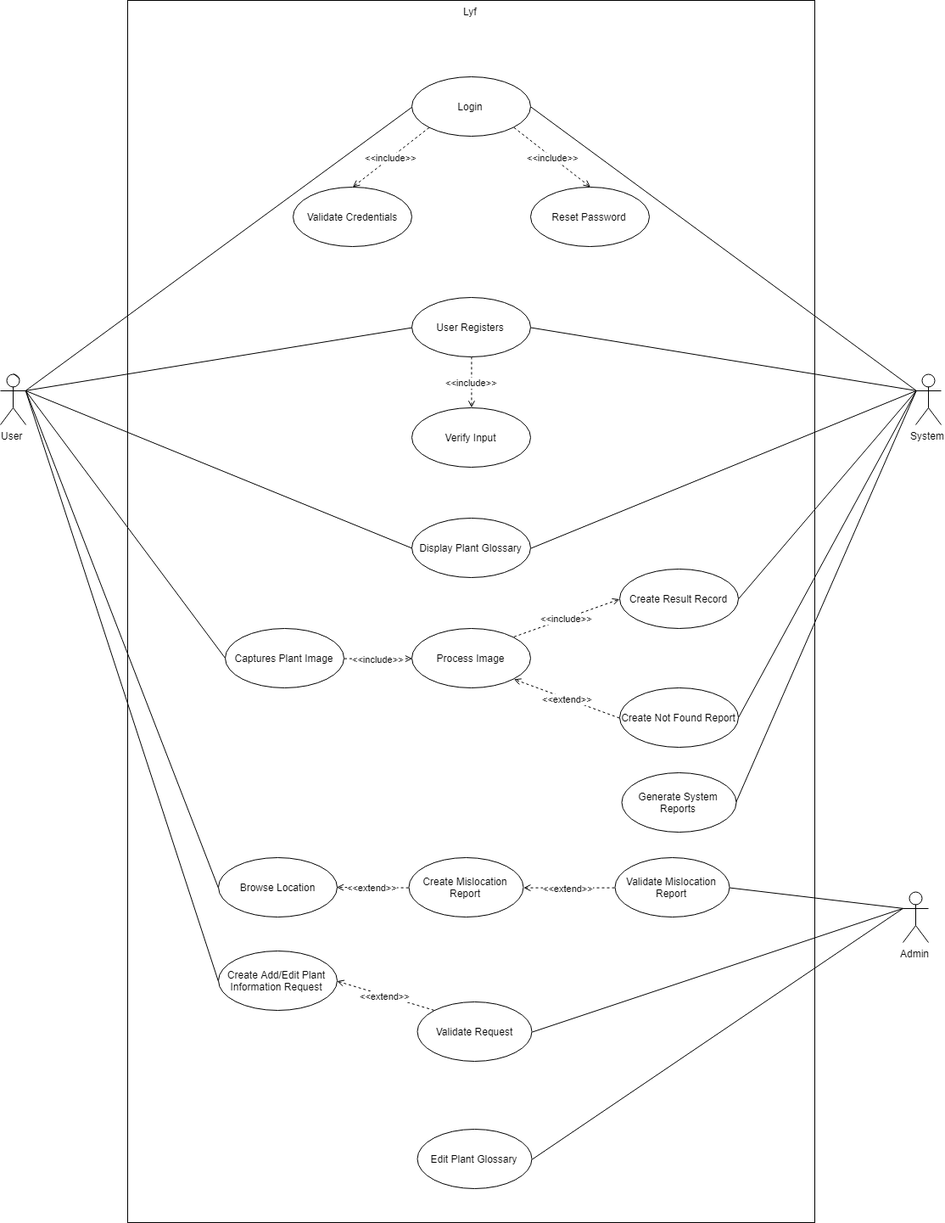
Earlier version of the draw.io export Documentations/Diagrams (Midterms)/Use Case Diagram/Use Case Diagram.png (seans888/project--lyf). Source tidied: cells renumbered, new cells last; positions are measured from the earlier drawing's top-left corner, leaving out a move shared by most shapes.
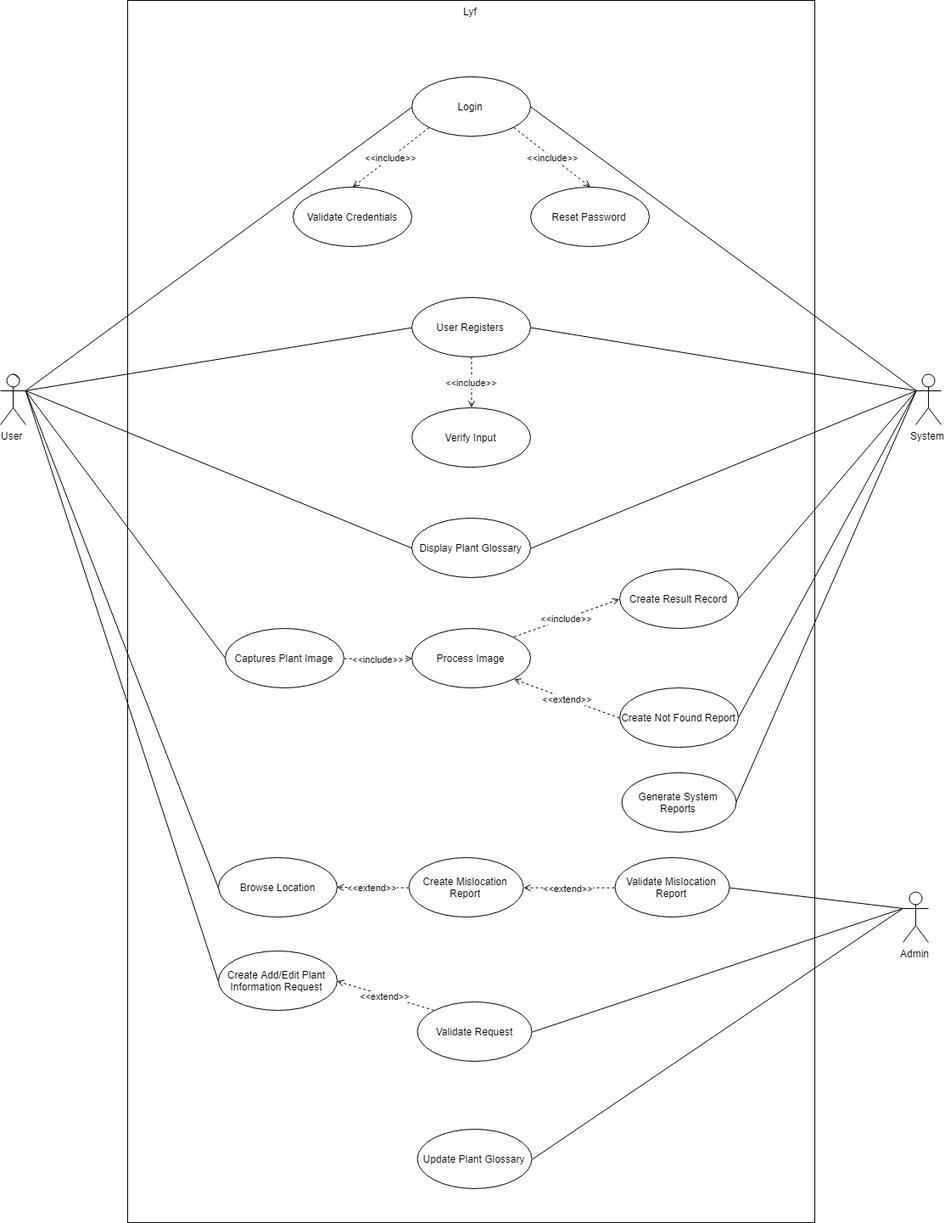
Later version of the same file.

Diff of the diagram source:
```diff
@@ -133,7 +133,7 @@
     <mxCell id="44" style="edgeStyle=none;rounded=0;jettySize=auto;html=1;exitX=1;exitY=0.5;exitDx=0;exitDy=0;entryX=0;entryY=0.3333333333333333;entryDx=0;entryDy=0;entryPerimeter=0;endArrow=none;endFill=0;" parent="1" edge="1" source="45" target="43">
       <mxGeometry relative="1" as="geometry" />
     </mxCell>
-    <mxCell id="45" value="Edit Plant Glossary" style="ellipse;whiteSpace=wrap;html=1;" parent="1" vertex="1">
+    <mxCell id="45" value="Update Plant Glossary" style="ellipse;whiteSpace=wrap;html=1;" parent="1" vertex="1">
       <mxGeometry x="491.5" y="1330" width="135" height="70" as="geometry" />
     </mxCell>
     <mxCell id="46" style="edgeStyle=none;rounded=0;jettySize=auto;html=1;exitX=1;exitY=0.5;exitDx=0;exitDy=0;entryX=0;entryY=0.3333333333333333;entryDx=0;entryDy=0;entryPerimeter=0;endArrow=none;endFill=0;" parent="1" edge="1" source="47" target="13">
```
